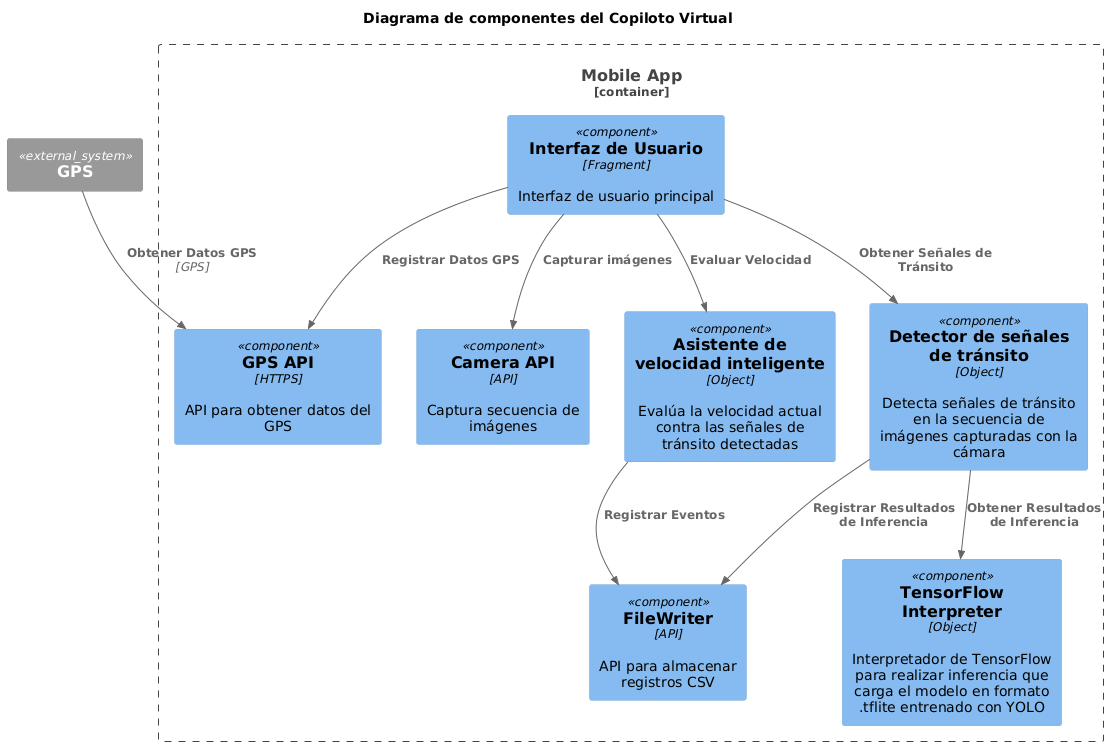
Earlier version of the PlantUML export docs/diagrama_de_componentes.png (azambrana/copiloto-virtual).
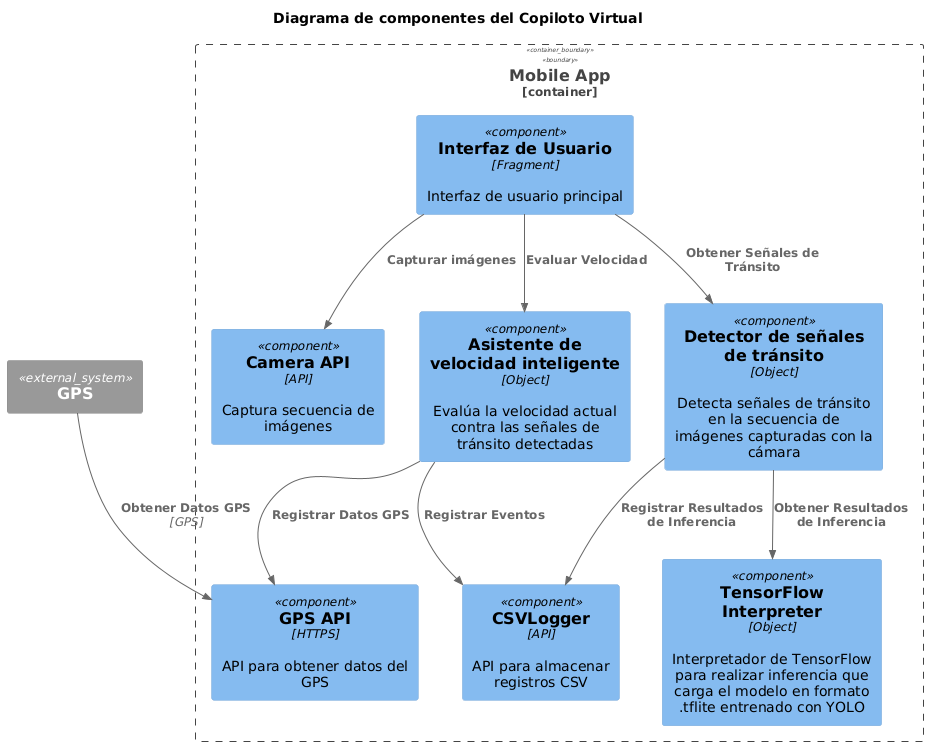
The same diagram one commit later.

Change to the diagram source:
```diff
@@ -12,7 +12,7 @@
     Component(tsr, "Detector de señales de tránsito", "Object", "Detecta señales de tránsito en la secuencia de imágenes capturadas con la cámara")
     Component(tflite, "TensorFlow Interpreter", "Object", "Interpretador de TensorFlow para realizar inferencia que carga el modelo en formato .tflite entrenado con YOLO")
     Component(gpsApi, "GPS API", "HTTPS", "API para obtener datos del GPS")
-    Component(logger, "FileWriter", "API", "API para almacenar registros CSV")
+    Component(logger, "CSVLogger", "API", "API para almacenar registros CSV")
 
     Rel(iu, cam, "Capturar imágenes", "")
     Rel(gps, gpsApi, "Obtener Datos GPS", "GPS")
@@ -21,5 +21,5 @@
     Rel(tsr, logger, "Registrar Resultados de Inferencia")
     Rel(iu, isa, "Evaluar Velocidad")
     Rel(isa, logger, "Registrar Eventos")
-    Rel(iu, gpsApi, "Registrar Datos GPS")
+    Rel(isa, gpsApi, "Registrar Datos GPS")
 @enduml
```
